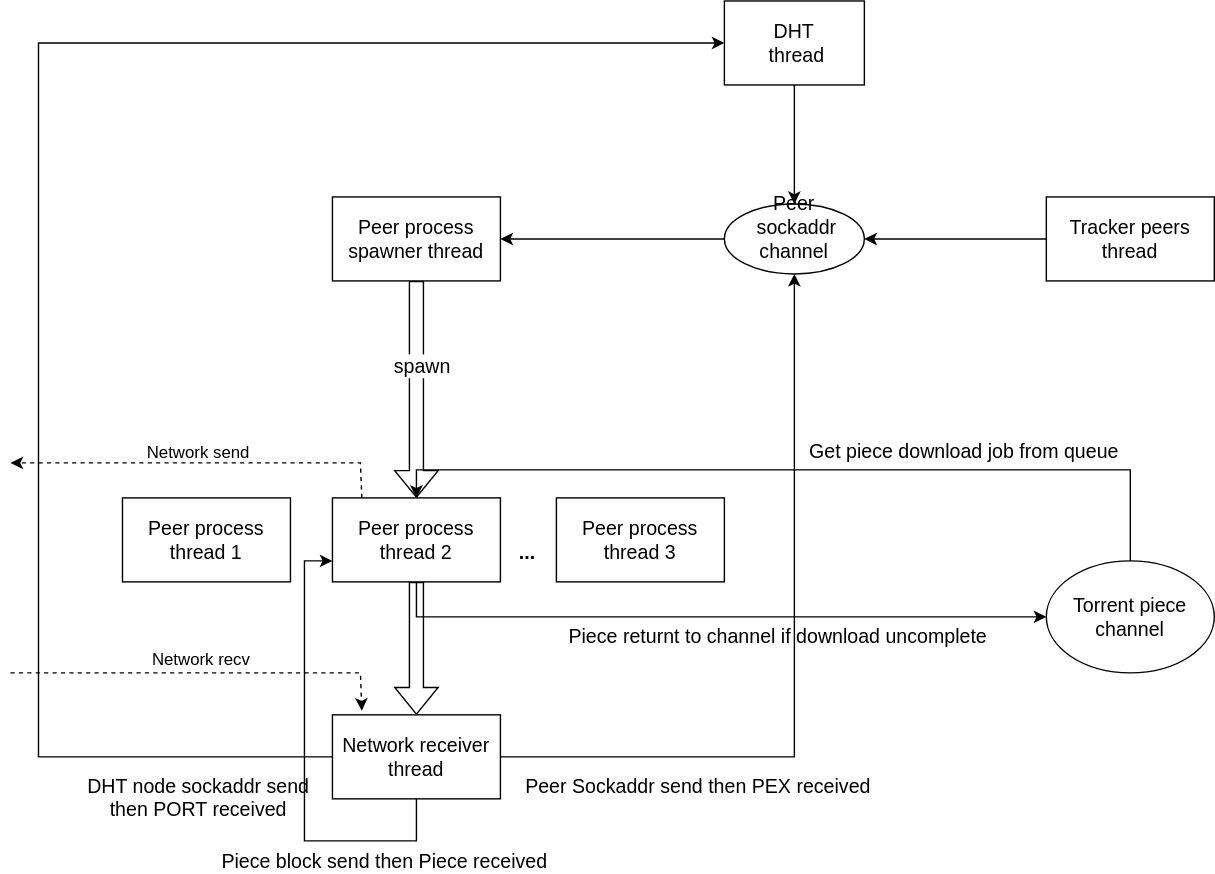
The draw.io diagram etc/get-torrent.drawio.svg in h04x/get-torrent, before a commit. Source tidied: cells renumbered, new cells last; positions are measured from the earlier drawing's top-left corner, leaving out a move shared by most shapes.
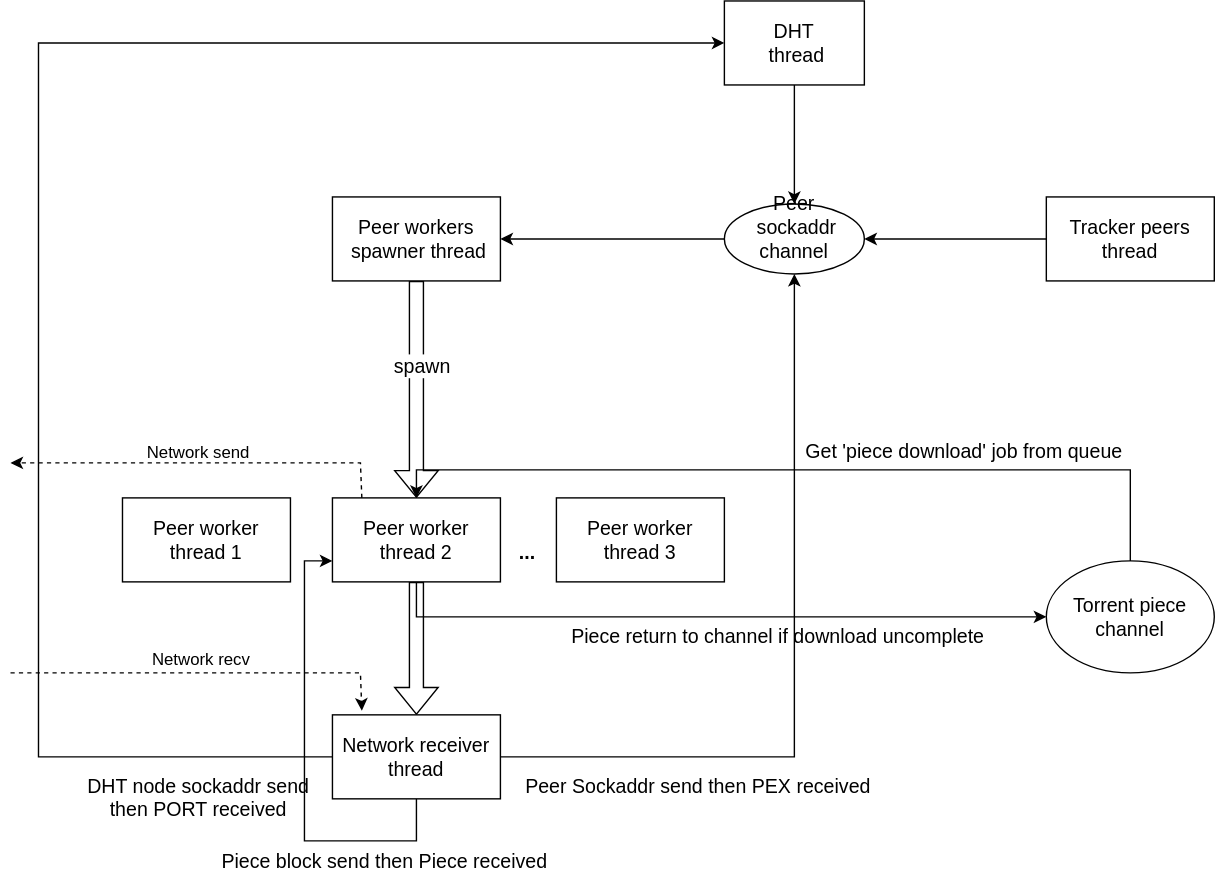
Later version of the same file.

Change to the diagram source:
```diff
@@ -22,7 +22,7 @@
         <mxPoint y="-4" as="offset" />
       </mxGeometry>
     </mxCell>
-    <mxCell id="8" value="Peer process spawner thread" style="rounded=0;whiteSpace=wrap;html=1;fontSize=14;" parent="1" vertex="1">
+    <mxCell id="8" value="&lt;div&gt;Peer workers&lt;/div&gt;&lt;div&gt;&amp;nbsp;spawner thread&lt;/div&gt;" style="rounded=0;whiteSpace=wrap;html=1;fontSize=14;" parent="1" vertex="1">
       <mxGeometry x="230" y="140" width="120" height="60" as="geometry" />
     </mxCell>
     <mxCell id="9" style="edgeStyle=orthogonalEdgeStyle;rounded=0;jettySize=auto;html=1;entryX=0.5;entryY=0;entryDx=0;entryDy=0;fontSize=14;shape=flexArrow;" parent="1" edge="1" source="12" target="24">
@@ -35,18 +35,18 @@
         </Array>
       </mxGeometry>
     </mxCell>
-    <mxCell id="11" value="Piece returnt to channel if download uncomplete" style="edgeLabel;html=1;align=center;verticalAlign=middle;fontSize=14;" parent="10" vertex="1">
+    <mxCell id="11" value="Piece return to channel if download uncomplete" style="edgeLabel;html=1;align=center;verticalAlign=middle;fontSize=14;" parent="10" vertex="1">
       <mxGeometry y="2" relative="1" as="geometry">
         <mxPoint x="45" y="15" as="offset" />
       </mxGeometry>
     </mxCell>
-    <mxCell id="12" value="Peer process thread 2" style="rounded=0;whiteSpace=wrap;html=1;fontSize=14;" parent="1" vertex="1">
+    <mxCell id="12" value="Peer worker thread 2" style="rounded=0;whiteSpace=wrap;html=1;fontSize=14;" parent="1" vertex="1">
       <mxGeometry x="230" y="355" width="120" height="60" as="geometry" />
     </mxCell>
-    <mxCell id="13" value="&lt;div&gt;Peer process&lt;/div&gt;&lt;div&gt;thread 1&lt;br&gt;&lt;/div&gt;" style="rounded=0;whiteSpace=wrap;html=1;fontSize=14;" parent="1" vertex="1">
+    <mxCell id="13" value="&lt;div&gt;Peer worker&lt;br&gt;&lt;/div&gt;&lt;div&gt;thread 1&lt;br&gt;&lt;/div&gt;" style="rounded=0;whiteSpace=wrap;html=1;fontSize=14;" parent="1" vertex="1">
       <mxGeometry x="80" y="355" width="120" height="60" as="geometry" />
     </mxCell>
-    <mxCell id="14" value="&lt;div&gt;Peer process thread 3&lt;br&gt;&lt;/div&gt;" style="rounded=0;whiteSpace=wrap;html=1;fontSize=14;" parent="1" vertex="1">
+    <mxCell id="14" value="&lt;div&gt;Peer worker thread 3&lt;br&gt;&lt;/div&gt;" style="rounded=0;whiteSpace=wrap;html=1;fontSize=14;" parent="1" vertex="1">
       <mxGeometry x="390" y="355" width="120" height="60" as="geometry" />
     </mxCell>
     <mxCell id="15" style="edgeStyle=orthogonalEdgeStyle;rounded=0;jettySize=auto;html=1;entryX=0.5;entryY=0;entryDx=0;entryDy=0;fontSize=14;exitX=0.5;exitY=1;exitDx=0;exitDy=0;" parent="1" edge="1" source="16" target="3">
@@ -107,7 +107,7 @@
         </Array>
       </mxGeometry>
     </mxCell>
-    <mxCell id="27" value="Get piece download job from queue" style="edgeLabel;html=1;align=center;verticalAlign=middle;fontSize=14;" parent="26" vertex="1">
+    <mxCell id="27" value="Get 'piece download' job from queue" style="edgeLabel;html=1;align=center;verticalAlign=middle;fontSize=14;" parent="26" vertex="1">
       <mxGeometry x="-0.23" y="1" relative="1" as="geometry">
         <mxPoint x="43" y="-15" as="offset" />
       </mxGeometry>
```
